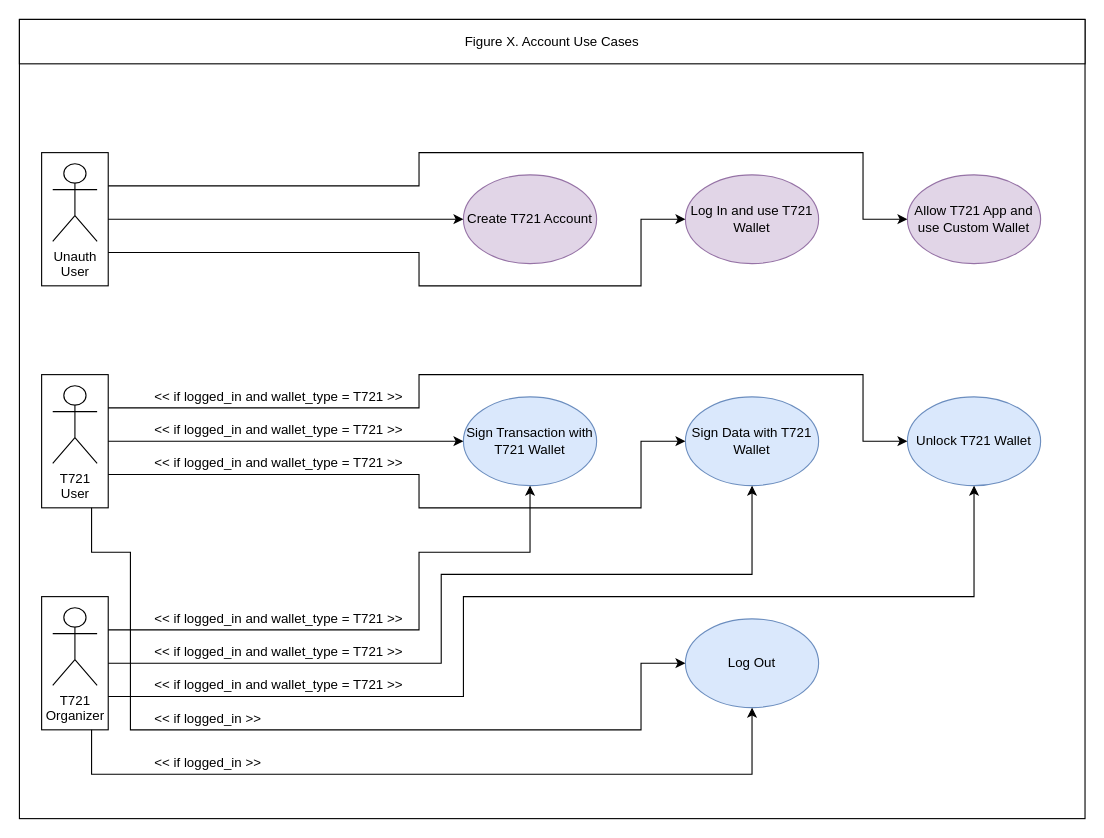
This is page "use-case-diagram-example" (1 of 11) of docs/psp/resources/psp.drawio from ticket721/env, a draw.io file, before an edit. Source tidied: cells renumbered, new cells numbered last; positions are measured from the earlier drawing's top-left corner, leaving out a move shared by most shapes. Both pictures are drawn from the tidied source at 111%, with x=0, y=0 at pixel (19, 19).
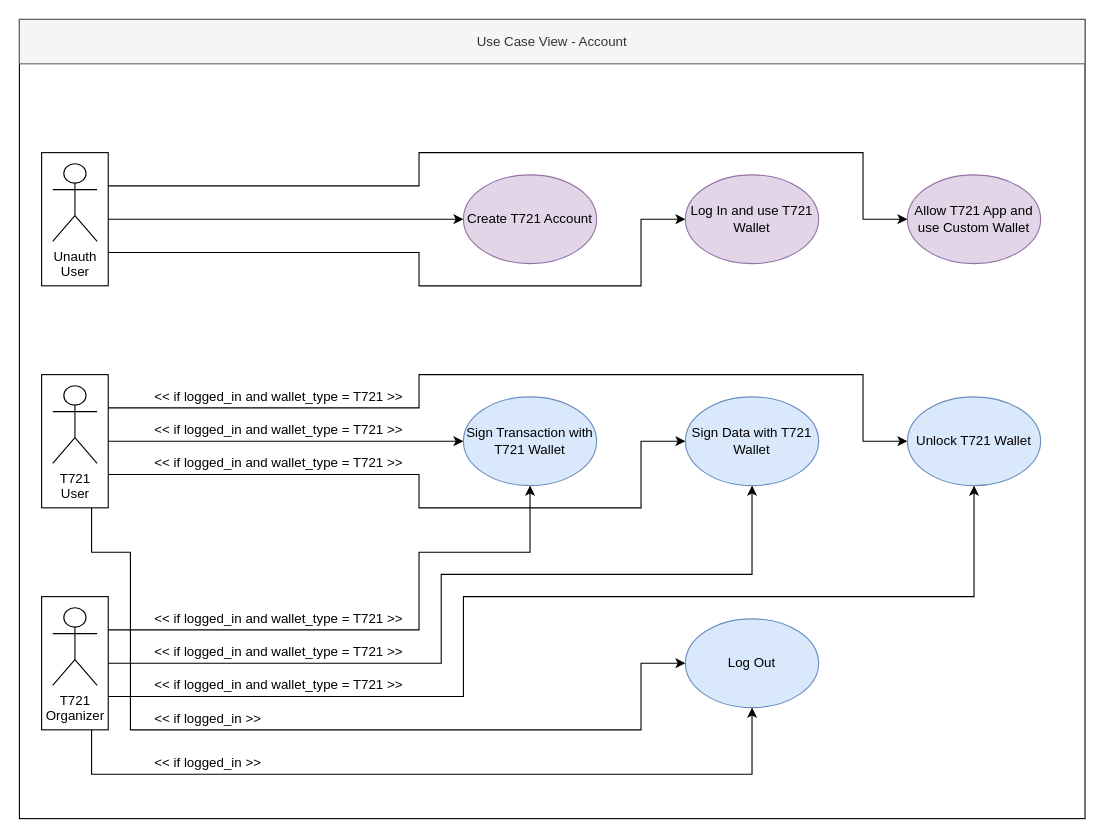
After the change.

Change to the diagram source:
```diff
@@
-    <mxCell id="3" value="Figure X. Account Use Cases" style="rounded=0;whiteSpace=wrap;html=1;fillColor=#ffffff;" parent="1" vertex="1">
+    <mxCell id="3" value="Use Case View - Account" style="rounded=0;whiteSpace=wrap;html=1;fillColor=#f5f5f5;strokeColor=#666666;fontColor=#333333;" parent="1" vertex="1">
       <mxGeometry width="960" height="40" as="geometry" />
     </mxCell>
```
